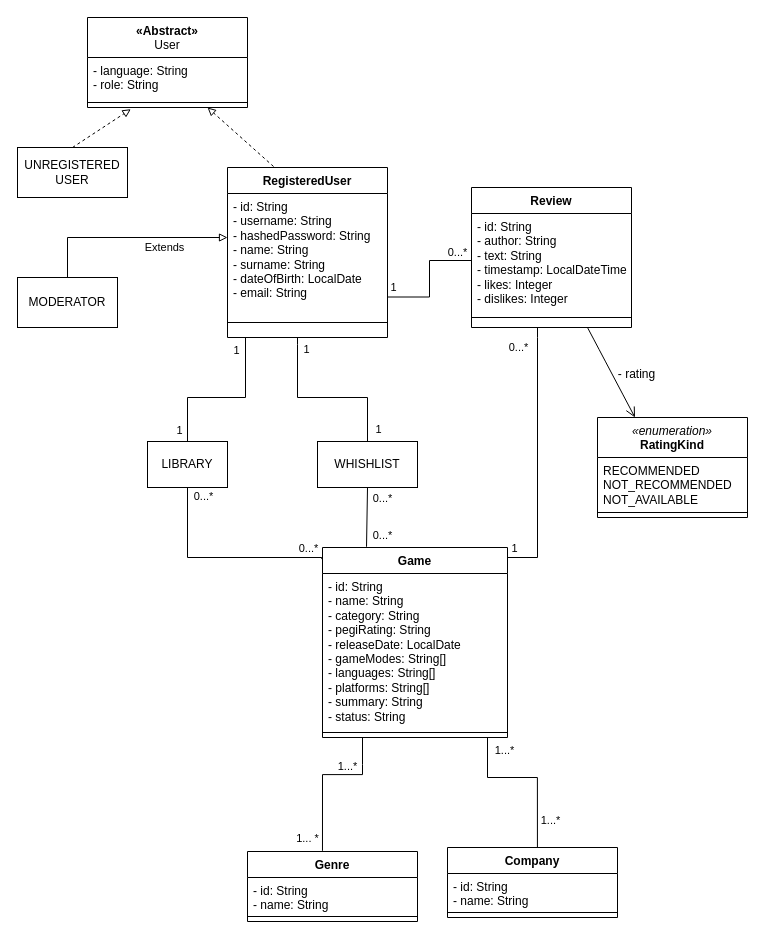
lorenzoceccanti/pixelindex keeps this draw.io diagram as Diagrams/UML class diagram (complete).drawio. Above is the earlier version. Source tidied: cells renumbered, new cells numbered last; positions are measured from the earlier drawing's top-left corner, leaving out a move shared by most shapes. Both pictures are drawn from the tidied source at 100%, with x=0, y=0 at pixel (17, 17).
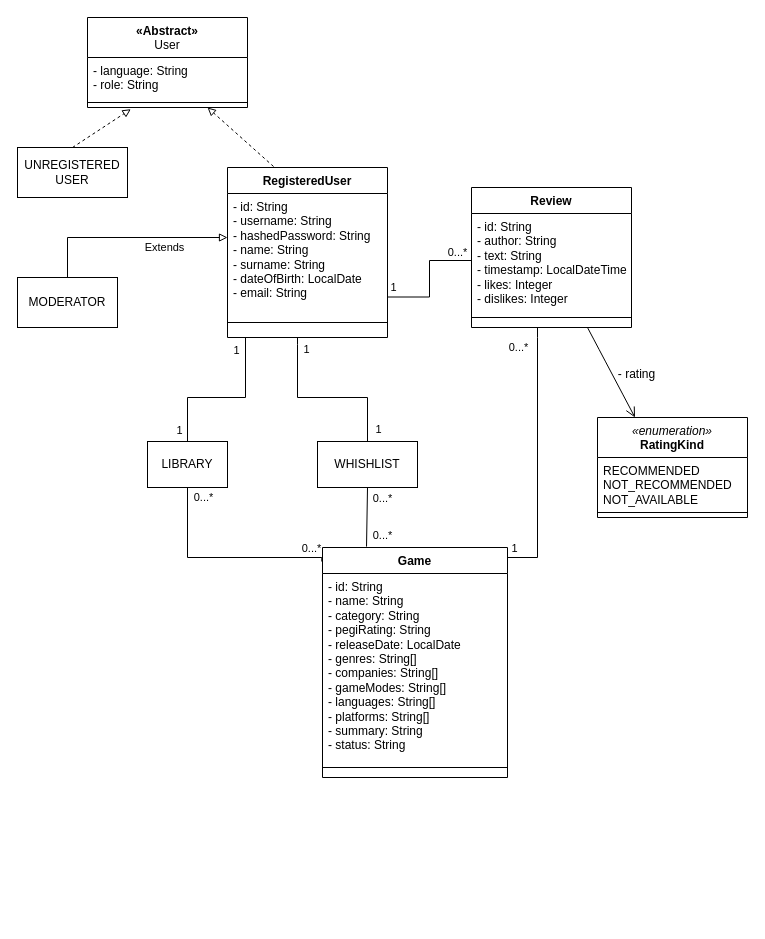
After the change.

What changed in the source:
```diff
@@
-    <mxCell id="31" value="Company" style="swimlane;fontStyle=1;align=center;verticalAlign=top;horizontal=1;startSize=26;whiteSpace=wrap;html=1;" parent="1" vertex="1">
-      <mxGeometry x="430" y="830" width="170" height="70" as="geometry" />
-    </mxCell>
-    <mxCell id="32" value="- id: String&lt;br&gt;- name: String" style="text;strokeColor=none;fillColor=none;align=left;verticalAlign=top;spacingLeft=4;spacingRight=4;overflow=hidden;whiteSpace=wrap;html=1;" parent="31" vertex="1">
-      <mxGeometry y="26" width="170" height="34" as="geometry" />
-    </mxCell>
-    <mxCell id="33" style="line;strokeWidth=1;fillColor=none;align=left;verticalAlign=middle;spacingTop=-1;spacingLeft=3;spacingRight=3;labelPosition=right;strokeColor=inherit;" parent="31" vertex="1">
-      <mxGeometry y="60" width="170" height="10" as="geometry" />
-    </mxCell>
-    <mxCell id="34" style="endArrow=none;html=1;rounded=0;exitX=0.441;exitY=-0.01;exitDx=0;exitDy=0;exitPerimeter=0;" parent="1" edge="1" source="54">
-      <mxGeometry relative="1" as="geometry">
-        <mxPoint x="345" y="720" as="targetPoint" />
-        <Array as="points">
-          <mxPoint x="305" y="757.1" />
-          <mxPoint x="345" y="757.1" />
-          <mxPoint x="345" y="747.1" />
-        </Array>
-      </mxGeometry>
-    </mxCell>
-    <mxCell id="35" value="1...*" style="edgeLabel;html=1;align=center;verticalAlign=middle;" parent="34" vertex="1">
-      <mxGeometry x="0.84" y="2" relative="1" as="geometry">
-        <mxPoint x="-14" y="16" as="offset" />
-      </mxGeometry>
-    </mxCell>
-    <mxCell id="36" value="1... *" style="edgeLabel;html=1;align=center;verticalAlign=middle;" parent="34" vertex="1">
-      <mxGeometry x="-0.86" y="-2" relative="1" as="geometry">
-        <mxPoint x="-17" y="-2" as="offset" />
-      </mxGeometry>
-    </mxCell>
-    <mxCell id="37" style="edgeStyle=orthogonalEdgeStyle;rounded=0;jettySize=auto;html=1;endArrow=none;endFill=0;exitX=0.529;exitY=-0.005;exitDx=0;exitDy=0;exitPerimeter=0;" parent="1" edge="1" source="31">
-      <mxGeometry relative="1" as="geometry">
-        <mxPoint x="470" y="720" as="targetPoint" />
-        <Array as="points">
-          <mxPoint x="520" y="760" />
-          <mxPoint x="470" y="760" />
-        </Array>
-      </mxGeometry>
-    </mxCell>
-    <mxCell id="38" value="1...*" style="edgeLabel;html=1;align=center;verticalAlign=middle;" parent="37" vertex="1">
-      <mxGeometry x="0.85" relative="1" as="geometry">
-        <mxPoint x="16" y="1" as="offset" />
-      </mxGeometry>
-    </mxCell>
-    <mxCell id="39" value="1...*" style="edgeLabel;html=1;align=center;verticalAlign=middle;" parent="37" vertex="1">
-      <mxGeometry x="-0.64" y="-1" relative="1" as="geometry">
-        <mxPoint x="12" y="2" as="offset" />
-      </mxGeometry>
-    </mxCell>
     <mxCell id="40" value="Game" style="swimlane;fontStyle=1;align=center;verticalAlign=top;horizontal=1;startSize=26;whiteSpace=wrap;html=1;fillStyle=auto;" parent="1" vertex="1">
-      <mxGeometry x="305" y="530" width="185" height="190" as="geometry" />
+      <mxGeometry x="305" y="530" width="185" height="230" as="geometry" />
     </mxCell>
-    <mxCell id="41" value="- id: String&lt;br&gt;- name: String&lt;br&gt;- category: String&lt;br&gt;- pegiRating: String&lt;br&gt;- releaseDate: LocalDate&lt;br&gt;- gameModes: String[]&lt;br&gt;- languages: String[]&lt;br&gt;- platforms: String[]&lt;br&gt;- summary: String&lt;br&gt;- status: String" style="text;strokeColor=none;fillColor=none;align=left;verticalAlign=top;spacingLeft=4;spacingRight=4;overflow=hidden;whiteSpace=wrap;html=1;" parent="40" vertex="1">
-      <mxGeometry y="26" width="185" height="154" as="geometry" />
+    <mxCell id="41" value="- id: String&lt;br&gt;- name: String&lt;br&gt;- category: String&lt;br&gt;- pegiRating: String&lt;br&gt;- releaseDate: LocalDate&lt;br&gt;- genres: String[]&lt;br&gt;- companies: String[]&lt;br&gt;- gameModes: String[]&lt;br&gt;- languages: String[]&lt;br&gt;- platforms: String[]&lt;br&gt;- summary: String&lt;br&gt;- status: String" style="text;strokeColor=none;fillColor=none;align=left;verticalAlign=top;spacingLeft=4;spacingRight=4;overflow=hidden;whiteSpace=wrap;html=1;" parent="40" vertex="1">
+      <mxGeometry y="26" width="185" height="184" as="geometry" />
     </mxCell>
     <mxCell id="42" style="line;strokeWidth=1;fillColor=none;align=left;verticalAlign=middle;spacingTop=-1;spacingLeft=3;spacingRight=3;labelPosition=right;strokeColor=inherit;" parent="40" vertex="1">
-      <mxGeometry y="180" width="185" height="10" as="geometry" />
+      <mxGeometry y="210" width="185" height="20" as="geometry" />
     </mxCell>
@@
-    <mxCell id="54" value="Genre" style="swimlane;fontStyle=1;align=center;verticalAlign=top;horizontal=1;startSize=26;whiteSpace=wrap;html=1;" parent="1" vertex="1">
-      <mxGeometry x="230" y="834" width="170" height="70" as="geometry" />
-    </mxCell>
-    <mxCell id="55" value="- id: String&lt;br&gt;- name: String" style="text;strokeColor=none;fillColor=none;align=left;verticalAlign=top;spacingLeft=4;spacingRight=4;overflow=hidden;whiteSpace=wrap;html=1;" parent="54" vertex="1">
-      <mxGeometry y="26" width="170" height="34" as="geometry" />
-    </mxCell>
-    <mxCell id="56" style="line;strokeWidth=1;fillColor=none;align=left;verticalAlign=middle;spacingTop=-1;spacingLeft=3;spacingRight=3;labelPosition=right;strokeColor=inherit;" parent="54" vertex="1">
-      <mxGeometry y="60" width="170" height="10" as="geometry" />
-    </mxCell>
```
